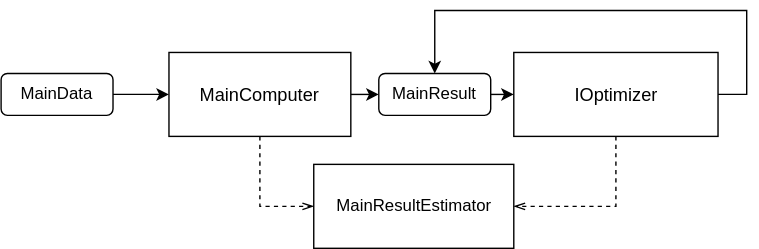
quddi/CVRPTW keeps this draw.io diagram as CVRPTW/Other/Diagrams/ProcessDiagram.svg. Above is the earlier version. Source tidied: cells renumbered, new cells last; positions are measured from the earlier drawing's top-left corner, leaving out a move shared by most shapes.
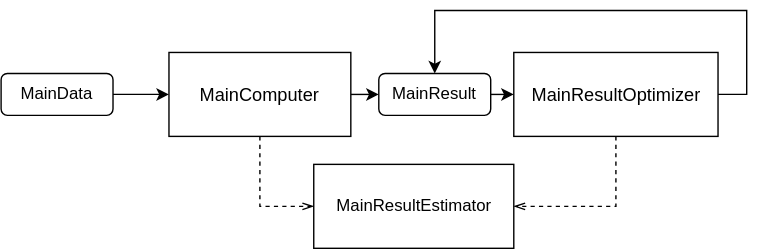
The same diagram one commit later.

The edit, as a diff of the source:
```diff
@@ -23,7 +23,7 @@
         </Array>
       </mxGeometry>
     </mxCell>
-    <mxCell id="7" value="IOptimizer" style="whiteSpace=wrap;html=1;fontSize=13;" parent="1" vertex="1">
+    <mxCell id="7" value="MainResultOptimizer" style="whiteSpace=wrap;html=1;fontSize=13;" parent="1" vertex="1">
       <mxGeometry x="366.5" y="30" width="146" height="60" as="geometry" />
     </mxCell>
     <mxCell id="8" value="MainResultEstimator" style="whiteSpace=wrap;html=1;" parent="1" vertex="1">
```
